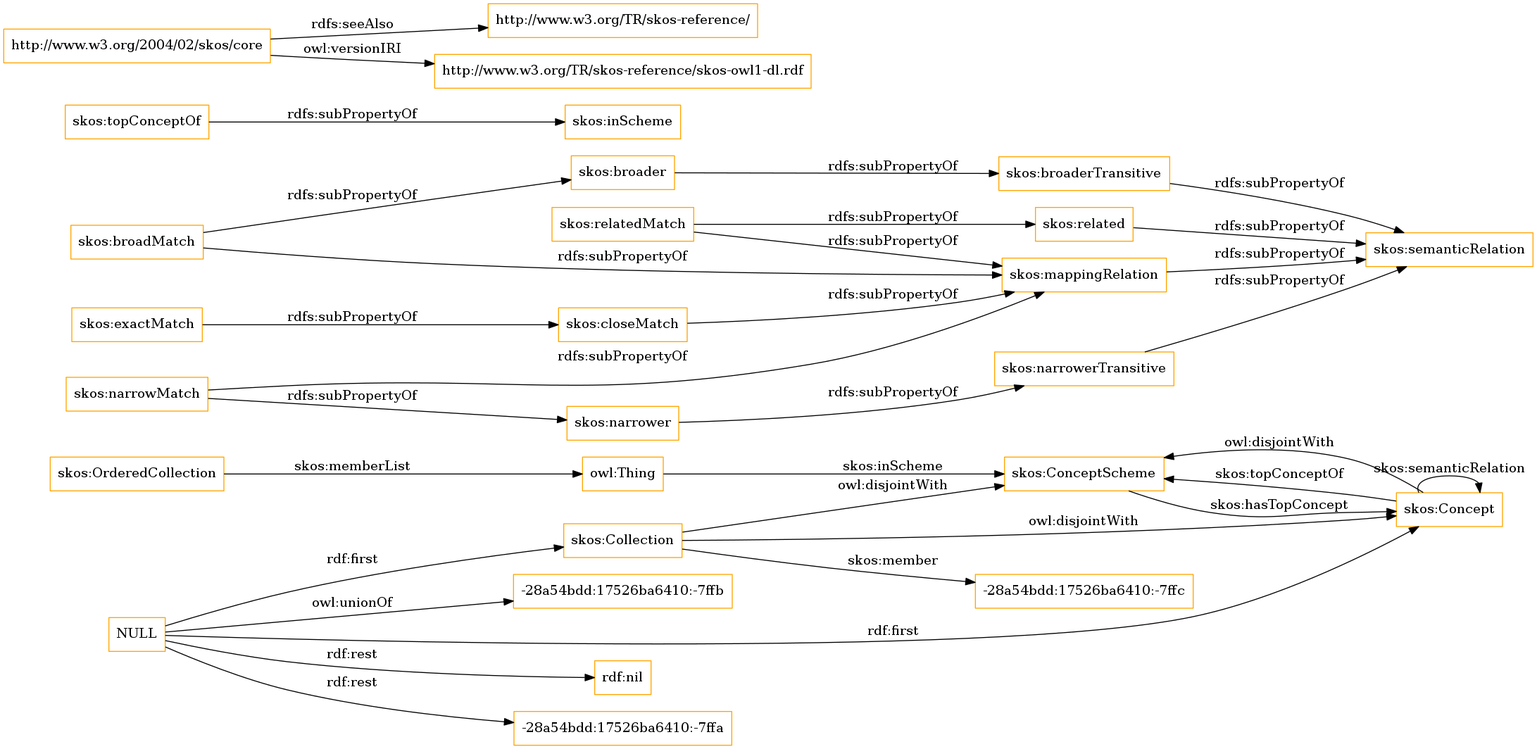
OnToologyUser/core-ontology-1 keeps this Graphviz diagram as OnToology/imports/skos.owl/diagrams/ar2dtool-class/skos.owl.png. Above is the earlier version. Its source is kept beside it as OnToology/imports/skos.owl/diagrams/ar2dtool-class/skos.owl.png.dot.
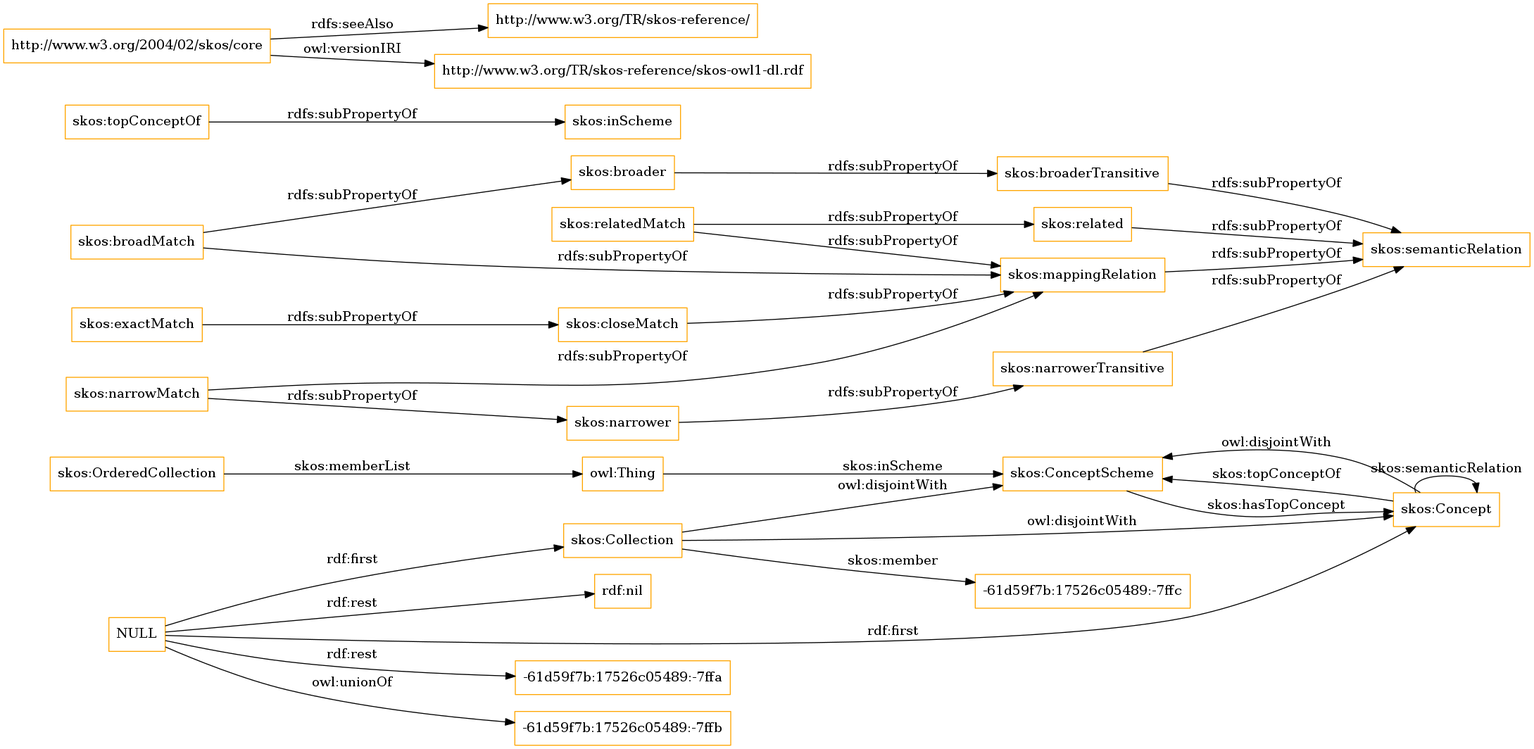
The same file after the commit.

Diff of the diagram source:
```diff
@@ -1,13 +1,13 @@
 digraph ar2dtool_diagram {
 rankdir=LR;
 size="1501"
-node [shape = rectangle, color="orange"]; "skos:OrderedCollection" "skos:ConceptScheme" "skos:Concept" "skos:Collection" "-28a54bdd:17526ba6410:-7ffc" ; /*classes style*/
+node [shape = rectangle, color="orange"]; "skos:OrderedCollection" "skos:ConceptScheme" "skos:Concept" "skos:Collection" "-61d59f7b:17526c05489:-7ffc" ; /*classes style*/
 	"skos:narrowerTransitive" -> "skos:semanticRelation" [ label = "rdfs:subPropertyOf" ];
+	"NULL" -> "-61d59f7b:17526c05489:-7ffa" [ label = "rdf:rest" ];
+	"NULL" -> "skos:Collection" [ label = "rdf:first" ];
+	"NULL" -> "-61d59f7b:17526c05489:-7ffb" [ label = "owl:unionOf" ];
 	"NULL" -> "rdf:nil" [ label = "rdf:rest" ];
 	"NULL" -> "skos:Concept" [ label = "rdf:first" ];
-	"NULL" -> "-28a54bdd:17526ba6410:-7ffa" [ label = "rdf:rest" ];
-	"NULL" -> "skos:Collection" [ label = "rdf:first" ];
-	"NULL" -> "-28a54bdd:17526ba6410:-7ffb" [ label = "owl:unionOf" ];
 	"skos:closeMatch" -> "skos:mappingRelation" [ label = "rdfs:subPropertyOf" ];
 	"skos:Concept" -> "skos:ConceptScheme" [ label = "owl:disjointWith" ];
 	"skos:relatedMatch" -> "skos:related" [ label = "rdfs:subPropertyOf" ];
@@ -30,7 +30,7 @@
 	"skos:OrderedCollection" -> "owl:Thing" [ label = "skos:memberList" ];
 	"skos:Concept" -> "skos:ConceptScheme" [ label = "skos:topConceptOf" ];
 	"skos:Concept" -> "skos:Concept" [ label = "skos:semanticRelation" ];
-	"skos:Collection" -> "-28a54bdd:17526ba6410:-7ffc" [ label = "skos:member" ];
+	"skos:Collection" -> "-61d59f7b:17526c05489:-7ffc" [ label = "skos:member" ];
 	"skos:ConceptScheme" -> "skos:Concept" [ label = "skos:hasTopConcept" ];
 	"owl:Thing" -> "skos:ConceptScheme" [ label = "skos:inScheme" ];
 
```
